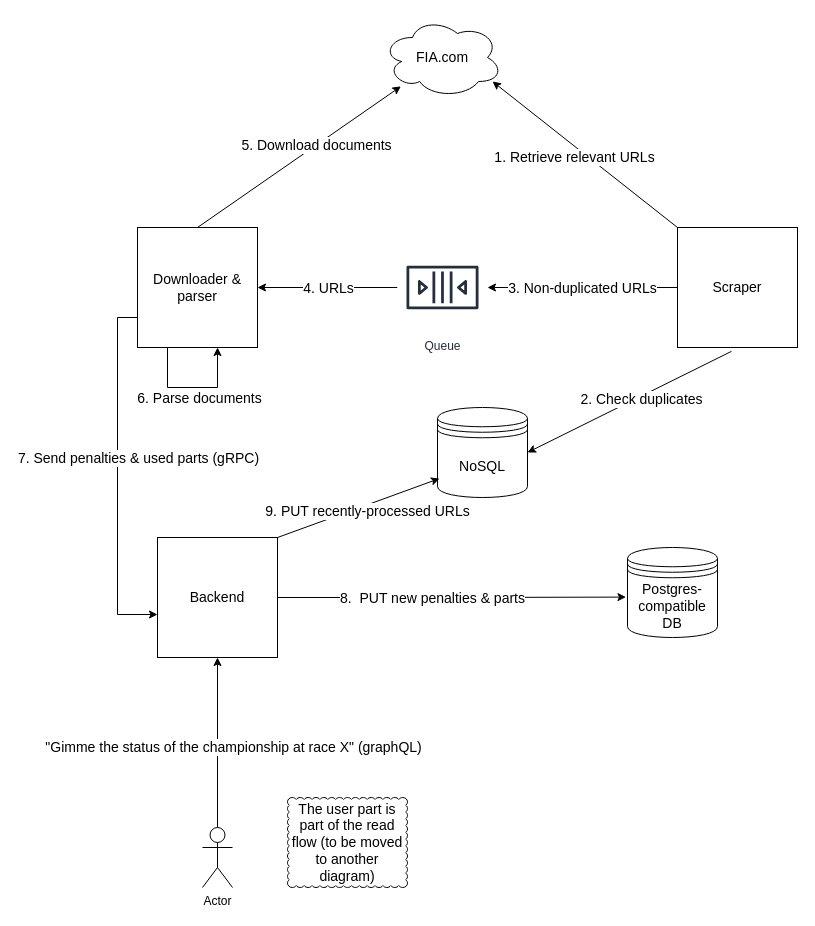
luispdm/f1-penalties-tracker keeps this draw.io diagram as architecture.drawio. Above is the earlier version. Source tidied: cells renumbered, new cells numbered last; positions are measured from the earlier drawing's top-left corner, leaving out a move shared by most shapes. Both pictures are drawn from the tidied source at 100%, with x=0, y=0 at pixel (137, 17).
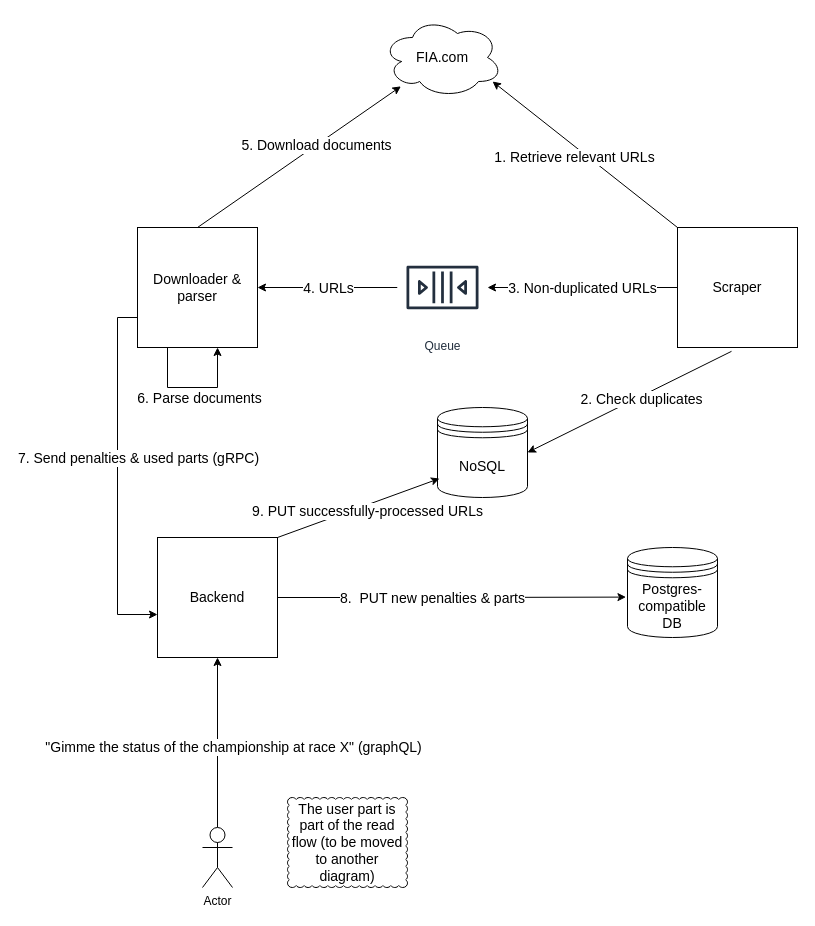
The same page after the edit.

The change refers to these unchanged cells:
```xml
<mxCell id="21" style="rounded=0;jettySize=auto;html=1;exitX=1;exitY=0;exitDx=0;exitDy=0;entryX=0.022;entryY=0.789;entryDx=0;entryDy=0;entryPerimeter=0;" parent="1" edge="1" source="25" target="9">
  <mxGeometry relative="1" as="geometry" />
</mxCell>
```

The edit, as a diff of the source:
```diff
@@
-    <mxCell id="22" value="&lt;font style=&quot;font-size: 14px;&quot;&gt;9. PUT recently-processed URLs&lt;br&gt;&lt;/font&gt;" style="edgeLabel;html=1;align=center;verticalAlign=middle;" parent="21" vertex="1">
+    <mxCell id="22" value="&lt;font style=&quot;font-size: 14px;&quot;&gt;9. PUT successfully-processed URLs&lt;br&gt;&lt;/font&gt;" style="edgeLabel;html=1;align=center;verticalAlign=middle;" parent="21" vertex="1">
       <mxGeometry x="-0.15" y="-1" relative="1" as="geometry">
         <mxPoint x="21" y="-2" as="offset" />
       </mxGeometry>
     </mxCell>
```
